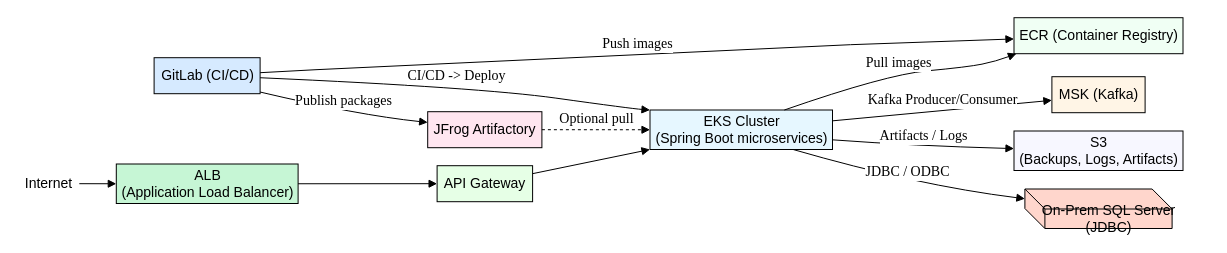
SureshMohanasundaram/Architecture_Diagrams_Python_AI keeps this draw.io diagram as Arch_Diagrams/diagrams/aws_microservices_fixed_graphviz.drawio. Above is the earlier version. Source tidied: cells renumbered, new cells numbered last; positions are measured from the earlier drawing's top-left corner, leaving out a move shared by most shapes. Both pictures are drawn from the tidied source at 100%, with x=0, y=0 at pixel (17, 17).
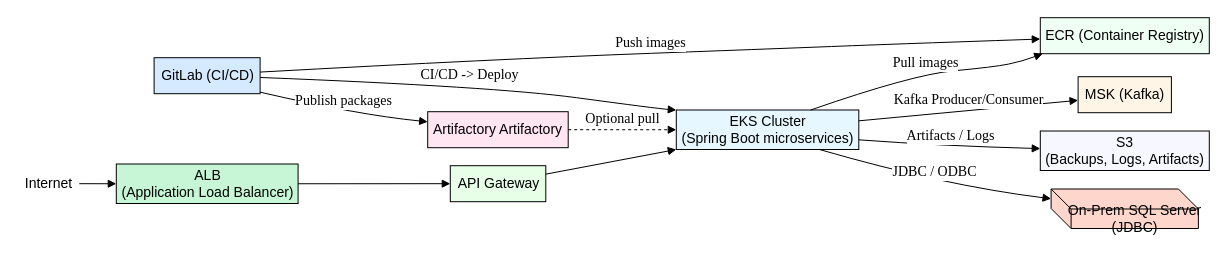
Above is the later version.

Commit message (it also covers changes not shown here):
Replace JFrog with Artifactory; remove Artifacts from S3 labels; regen affected diagrams

The change refers to these unchanged cells:
```xml
<mxCell id="9" value="&lt;font style='font-size: 14.0px;' face='Helvetica,sans-Serif' color='#000000'&gt;GitLab (CI/CD)&lt;/font&gt;" style="verticalAlign=middle;html=1;rounded=0;labelBackgroundColor=none;strokeColor=black;fillColor=#d6eaff;strokeWidth=1;dashed=0;" parent="1" vertex="1">
  <mxGeometry x="136.6" y="40.2" width="106" height="36" as="geometry" />
</mxCell>
```

What changed in the source:
```diff
@@
     <mxCell id="3" value="&lt;font style='font-size: 14.0px;' face='Helvetica,sans-Serif' color='#000000'&gt;API Gateway&lt;/font&gt;" style="verticalAlign=middle;html=1;rounded=0;labelBackgroundColor=none;strokeColor=black;fillColor=#e6ffe6;strokeWidth=1;dashed=0;" parent="1" vertex="1">
-      <mxGeometry x="419.6" y="148.2" width="95.5" height="36" as="geometry" />
+      <mxGeometry x="432.8" y="148.2" width="95.5" height="36" as="geometry" />
     </mxCell>
     <mxCell id="4" value="&lt;font style='font-size: 14.0px;' face='Helvetica,sans-Serif' color='#000000'&gt;EKS Cluster&lt;br/&gt;(Spring Boot microservices)&lt;/font&gt;" style="verticalAlign=middle;html=1;rounded=0;labelBackgroundColor=none;strokeColor=black;fillColor=#e6f7ff;strokeWidth=1;dashed=0;" parent="1" vertex="1">
-      <mxGeometry x="632.5" y="92.5" width="182.5" height="39.5" as="geometry" />
+      <mxGeometry x="658.8" y="92.5" width="182.5" height="39.5" as="geometry" />
     </mxCell>
     <mxCell id="5" value="&lt;font style='font-size: 14.0px;' face='Helvetica,sans-Serif' color='#000000'&gt;ECR (Container Registry)&lt;/font&gt;" style="verticalAlign=middle;html=1;rounded=0;labelBackgroundColor=none;strokeColor=black;fillColor=#f0fff4;strokeWidth=1;dashed=0;" parent="1" vertex="1">
-      <mxGeometry x="996.5" y="0.2" width="169" height="36" as="geometry" />
+      <mxGeometry x="1022.8" y="0.2" width="169" height="36" as="geometry" />
     </mxCell>
     <mxCell id="6" value="&lt;font style='font-size: 14.0px;' face='Helvetica,sans-Serif' color='#000000'&gt;MSK (Kafka)&lt;/font&gt;" style="verticalAlign=middle;html=1;rounded=0;labelBackgroundColor=none;strokeColor=black;fillColor=#fff5e6;strokeWidth=1;dashed=0;" parent="1" vertex="1">
-      <mxGeometry x="1034.4" y="59.2" width="93.2" height="36" as="geometry" />
+      <mxGeometry x="1060.6" y="59.2" width="93.3" height="36" as="geometry" />
     </mxCell>
     <mxCell id="7" value="&lt;font style='font-size: 14.0px;' face='Helvetica,sans-Serif' color='#000000'&gt;S3&lt;br/&gt;(Backups, Logs, Artifacts)&lt;/font&gt;" style="verticalAlign=middle;html=1;rounded=0;labelBackgroundColor=none;strokeColor=black;fillColor=#f7f7ff;strokeWidth=1;dashed=0;" parent="1" vertex="1">
-      <mxGeometry x="996.5" y="113.5" width="169" height="39.5" as="geometry" />
+      <mxGeometry x="1022.8" y="113.5" width="169" height="39.5" as="geometry" />
     </mxCell>
     <mxCell id="8" value="&lt;font style='font-size: 14.0px;' face='Helvetica,sans-Serif' color='#000000'&gt;On-Prem SQL Server&lt;br/&gt;(JDBC)&lt;/font&gt;" style="shape=cube;boundedLbl=1;backgroundOutline=1;verticalAlign=middle;html=1;rounded=0;labelBackgroundColor=none;strokeColor=black;fillColor=#ffd6cc;strokeWidth=1;dashed=0;" parent="1" vertex="1">
-      <mxGeometry x="1007.4" y="171.5" width="147.2" height="39.5" as="geometry" />
+      <mxGeometry x="1033.6" y="171.5" width="147.3" height="39.5" as="geometry" />
     </mxCell>
@@
-    <mxCell id="10" value="&lt;font style='font-size: 14.0px;' face='Helvetica,sans-Serif' color='#000000'&gt;JFrog Artifactory&lt;/font&gt;" style="verticalAlign=middle;html=1;rounded=0;labelBackgroundColor=none;strokeColor=black;fillColor=#ffe6f0;strokeWidth=1;dashed=0;" parent="1" vertex="1">
-      <mxGeometry x="410.2" y="94.2" width="114.2" height="36" as="geometry" />
+    <mxCell id="10" value="&lt;font style='font-size: 14.0px;' face='Helvetica,sans-Serif' color='#000000'&gt;Artifactory Artifactory&lt;/font&gt;" style="verticalAlign=middle;html=1;rounded=0;labelBackgroundColor=none;strokeColor=black;fillColor=#ffe6f0;strokeWidth=1;dashed=0;" parent="1" vertex="1">
+      <mxGeometry x="410.2" y="94.2" width="140.5" height="36" as="geometry" />
     </mxCell>
@@
-    <mxCell id="13" style="html=1;endArrow=block;dashed=0;endFill=1;startArrow=none;startFill=0;fillColor=black;strokeColor=black;strokeWidth=1;rounded=0;exitX=1.0000;exitY=0.2214;entryX=0.0000;entryY=1.0000;" parent="1" edge="1" source="3" target="4">
+    <mxCell id="13" style="html=1;endArrow=block;dashed=0;endFill=1;startArrow=none;startFill=0;fillColor=black;strokeColor=black;strokeWidth=1;rounded=0;exitX=1.0000;exitY=0.2353;entryX=0.0000;entryY=1.0000;" parent="1" edge="1" source="3" target="4">
       <mxGeometry relative="1" as="geometry" />
     </mxCell>
     <mxCell id="14" style="html=1;endArrow=block;dashed=0;endFill=1;startArrow=none;startFill=0;fillColor=black;strokeColor=black;strokeWidth=1;curved=1;exitX=0.7362;exitY=0.0000;entryX=0.0144;entryY=1.0000;" parent="1" edge="1" source="4" target="5">
       <mxGeometry relative="1" as="geometry">
         <Array as="points">
-          <mxPoint x="868.5" y="57.2" />
-          <mxPoint x="950.5" y="49.5" />
-          <mxPoint x="978.5" y="43.8" />
+          <mxPoint x="894.8" y="57.2" />
+          <mxPoint x="976.7" y="49.5" />
+          <mxPoint x="1004.8" y="43.8" />
         </Array>
       </mxGeometry>
     </mxCell>
@@
     <mxCell id="18" style="html=1;endArrow=block;dashed=0;endFill=1;startArrow=none;startFill=0;fillColor=black;strokeColor=black;strokeWidth=1;curved=1;exitX=1.0000;exitY=0.7552;entryX=0.0000;entryY=0.4451;" parent="1" edge="1" source="4" target="7">
       <mxGeometry relative="1" as="geometry">
         <Array as="points">
-          <mxPoint x="896.9" y="128.4" />
+          <mxPoint x="923.2" y="128.4" />
         </Array>
       </mxGeometry>
     </mxCell>
@@
     <mxCell id="20" style="html=1;endArrow=block;dashed=0;endFill=1;startArrow=none;startFill=0;fillColor=black;strokeColor=black;strokeWidth=1;curved=1;exitX=0.7844;exitY=1.0000;entryX=0.0000;entryY=0.2461;" parent="1" edge="1" source="4" target="8">
       <mxGeometry relative="1" as="geometry">
         <Array as="points">
-          <mxPoint x="899.7" y="167.9" />
+          <mxPoint x="926" y="167.9" />
         </Array>
       </mxGeometry>
     </mxCell>
@@
-    <mxCell id="22" style="html=1;endArrow=block;dashed=0;endFill=1;startArrow=none;startFill=0;fillColor=black;strokeColor=black;strokeWidth=1;curved=1;exitX=1.0000;exitY=0.5564;entryX=0.0000;entryY=0.0000;" parent="1" edge="1" source="9" target="4">
+    <mxCell id="22" style="html=1;endArrow=block;dashed=0;endFill=1;startArrow=none;startFill=0;fillColor=black;strokeColor=black;strokeWidth=1;curved=1;exitX=1.0000;exitY=0.5492;entryX=0.0000;entryY=0.0000;" parent="1" edge="1" source="9" target="4">
       <mxGeometry relative="1" as="geometry">
         <Array as="points">
-          <mxPoint x="462.2" y="70" />
-          <mxPoint x="614.5" y="91.2" />
+          <mxPoint x="477.3" y="69.2" />
+          <mxPoint x="640.8" y="91.2" />
         </Array>
       </mxGeometry>
     </mxCell>
@@
-    <mxCell id="24" style="html=1;endArrow=block;dashed=0;endFill=1;startArrow=none;startFill=0;fillColor=black;strokeColor=black;strokeWidth=1;curved=1;exitX=1.0000;exitY=0.9539;entryX=0.0000;entryY=0.2972;" parent="1" edge="1" source="9" target="10">
+    <mxCell id="24" style="html=1;endArrow=block;dashed=0;endFill=1;startArrow=none;startFill=0;fillColor=black;strokeColor=black;strokeWidth=1;curved=1;exitX=1.0000;exitY=0.9569;entryX=0.0000;entryY=0.2794;" parent="1" edge="1" source="9" target="10">
       <mxGeometry relative="1" as="geometry">
         <Array as="points">
-          <mxPoint x="340.4" y="97.6" />
+          <mxPoint x="340.7" y="97.4" />
         </Array>
       </mxGeometry>
     </mxCell>
@@
-    <mxCell id="26" style="html=1;endArrow=block;dashed=0;endFill=1;startArrow=none;startFill=0;fillColor=black;strokeColor=black;strokeWidth=1;rounded=0;exitX=1.0000;exitY=0.4164;entryX=0.0000;entryY=0.5900;" parent="1" edge="1" source="9" target="5">
+    <mxCell id="26" style="html=1;endArrow=block;dashed=0;endFill=1;startArrow=none;startFill=0;fillColor=black;strokeColor=black;strokeWidth=1;curved=1;exitX=1.0000;exitY=0.3992;entryX=0.0000;entryY=0.5925;" parent="1" edge="1" source="9" target="5">
       <mxGeometry relative="1" as="geometry">
         <Array as="points">
-          <mxPoint x="298.5" y="52.2" />
-          <mxPoint x="833" y="27.2" />
+          <mxPoint x="478.1" y="41.6" />
+          <mxPoint x="789.7" y="30" />
+          <mxPoint x="859.2" y="27.2" />
         </Array>
       </mxGeometry>
     </mxCell>
```
